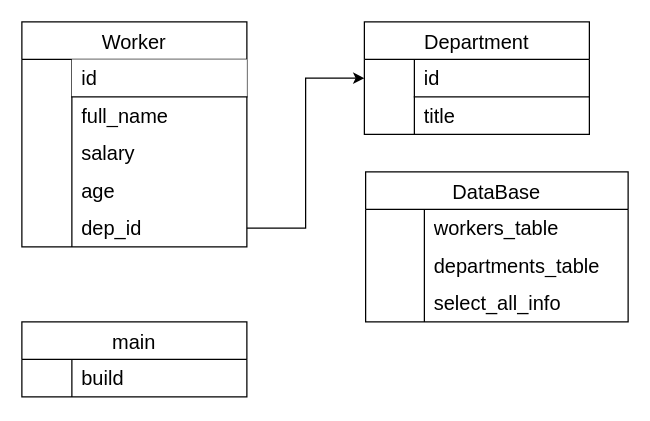
The draw.io diagram task015/Project.drawio in AlexeyZam15/BOOTCAMP, before the edit. Source tidied: cells renumbered, new cells numbered last; positions are measured from the earlier drawing's top-left corner, leaving out a move shared by most shapes. Both pictures are drawn from the tidied source at 125%, with x=0, y=0 at pixel (21, 21).
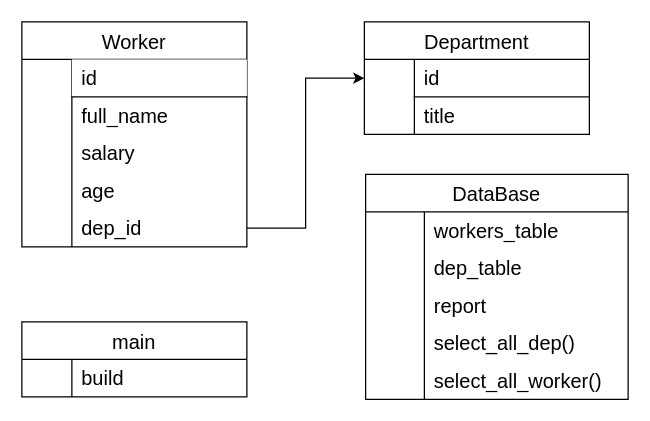
The same diagram, later.

Unchanged cells that the change refers to:
```xml
<mxCell id="30" style="shape=tableRow;horizontal=0;startSize=0;swimlaneHead=0;swimlaneBody=0;top=0;left=0;bottom=0;right=0;fillColor=none;strokeColor=inherit;fontSize=16;labelBorderColor=none;" parent="26" vertex="1">
  <mxGeometry y="60" width="210" height="30" as="geometry" />
</mxCell>
<mxCell id="33" style="shape=tableRow;horizontal=0;startSize=0;swimlaneHead=0;swimlaneBody=0;top=0;left=0;bottom=0;right=0;fillColor=none;strokeColor=inherit;fontSize=16;labelBorderColor=none;" parent="26" vertex="1">
  <mxGeometry y="90" width="210" height="30" as="geometry" />
</mxCell>
```

Change to the diagram source:
```diff
@@
     <mxCell id="26" value="DataBase" style="shape=table;startSize=30;childLayout=tableLayout;rowLines=0;fontStyle=0;strokeColor=default;fontSize=16;labelBorderColor=none;gradientColor=none;" parent="1" vertex="1">
-      <mxGeometry x="275" y="120" width="210" height="120" as="geometry" />
+      <mxGeometry x="275" y="122" width="210" height="180" as="geometry" />
     </mxCell>
@@
-    <mxCell id="32" value="departments_table" style="shape=partialRectangle;html=1;whiteSpace=wrap;fillColor=none;top=0;left=0;bottom=0;right=0;align=left;spacingLeft=6;overflow=hidden;strokeColor=inherit;fontSize=16;labelBorderColor=none;" parent="30" vertex="1">
+    <mxCell id="32" value="dep_table" style="shape=partialRectangle;html=1;whiteSpace=wrap;fillColor=none;top=0;left=0;bottom=0;right=0;align=left;spacingLeft=6;overflow=hidden;strokeColor=inherit;fontSize=16;labelBorderColor=none;" parent="30" vertex="1">
       <mxGeometry x="47" width="163" height="30" as="geometry" />
     </mxCell>
@@
-    <mxCell id="35" value="select_all_info" style="shape=partialRectangle;html=1;whiteSpace=wrap;fillColor=none;top=0;left=0;bottom=0;right=0;align=left;spacingLeft=6;overflow=hidden;strokeColor=inherit;fontSize=16;labelBorderColor=none;" parent="33" vertex="1">
+    <mxCell id="35" value="report" style="shape=partialRectangle;html=1;whiteSpace=wrap;fillColor=none;top=0;left=0;bottom=0;right=0;align=left;spacingLeft=6;overflow=hidden;strokeColor=inherit;fontSize=16;labelBorderColor=none;" parent="33" vertex="1">
       <mxGeometry x="47" width="163" height="30" as="geometry" />
     </mxCell>
+    <mxCell id="40" style="shape=tableRow;horizontal=0;startSize=0;swimlaneHead=0;swimlaneBody=0;top=0;left=0;bottom=0;right=0;fillColor=none;strokeColor=inherit;fontSize=16;labelBorderColor=none;" parent="26" vertex="1">
+      <mxGeometry y="120" width="210" height="30" as="geometry" />
+    </mxCell>
+    <mxCell id="41" style="shape=partialRectangle;html=1;whiteSpace=wrap;fillColor=none;top=0;left=0;bottom=0;right=0;overflow=hidden;strokeColor=inherit;fontSize=16;labelBorderColor=none;" parent="40" vertex="1">
+      <mxGeometry width="47" height="30" as="geometry" />
+    </mxCell>
+    <mxCell id="42" value="select_all_dep()" style="shape=partialRectangle;html=1;whiteSpace=wrap;fillColor=none;top=0;left=0;bottom=0;right=0;align=left;spacingLeft=6;overflow=hidden;strokeColor=inherit;fontSize=16;labelBorderColor=none;" parent="40" vertex="1">
+      <mxGeometry x="47" width="163" height="30" as="geometry" />
+    </mxCell>
+    <mxCell id="43" style="shape=tableRow;horizontal=0;startSize=0;swimlaneHead=0;swimlaneBody=0;top=0;left=0;bottom=0;right=0;fillColor=none;strokeColor=inherit;fontSize=16;labelBorderColor=none;" parent="26" vertex="1">
+      <mxGeometry y="150" width="210" height="30" as="geometry" />
+    </mxCell>
+    <mxCell id="44" style="shape=partialRectangle;html=1;whiteSpace=wrap;fillColor=none;top=0;left=0;bottom=0;right=0;overflow=hidden;strokeColor=inherit;fontSize=16;labelBorderColor=none;" parent="43" vertex="1">
+      <mxGeometry width="47" height="30" as="geometry" />
+    </mxCell>
+    <mxCell id="45" value="select_all_worker()" style="shape=partialRectangle;html=1;whiteSpace=wrap;fillColor=none;top=0;left=0;bottom=0;right=0;align=left;spacingLeft=6;overflow=hidden;strokeColor=inherit;fontSize=16;labelBorderColor=none;" parent="43" vertex="1">
+      <mxGeometry x="47" width="163" height="30" as="geometry" />
+    </mxCell>
```
